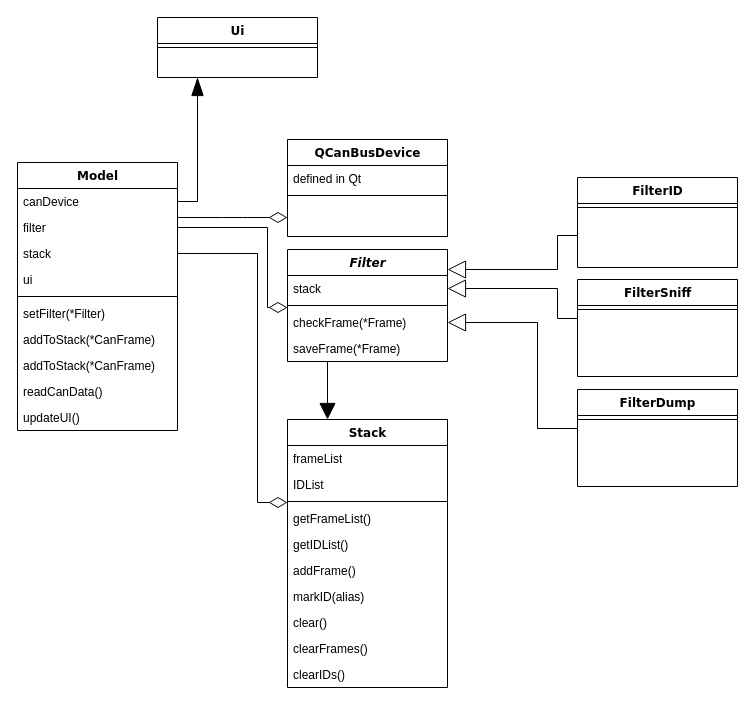
The draw.io diagram diagrams/Untitled Diagram.drawio in root-93/CAN-Master, before the edit. Source tidied: cells renumbered, new cells numbered last; positions are measured from the earlier drawing's top-left corner, leaving out a move shared by most shapes. Both pictures are drawn from the tidied source at 100%, with x=0, y=0 at pixel (17, 17).
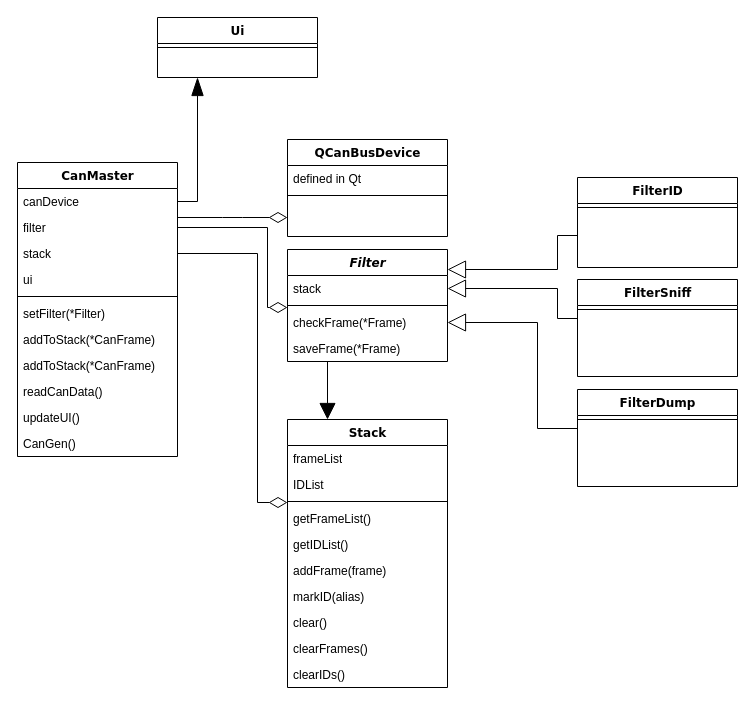
The same diagram, later.

The change refers to these unchanged cells:
```xml
<mxCell id="24" value="Stack" style="swimlane;html=1;fontStyle=1;align=center;verticalAlign=top;horizontal=1;startSize=26;swimlaneFillColor=#ffffff;rounded=0;shadow=0;comic=0;labelBackgroundColor=none;strokeWidth=1;fillColor=none;fontFamily=Verdana;fontSize=12;" parent="1" vertex="1">
  <mxGeometry x="270" y="402" width="160" height="268" as="geometry" />
</mxCell>
```

Diff of the diagram source:
```diff
@@
-    <mxCell id="2" value="Model" style="swimlane;html=1;fontStyle=1;align=center;verticalAlign=top;horizontal=1;startSize=26;swimlaneFillColor=#ffffff;rounded=0;shadow=0;comic=0;labelBackgroundColor=none;strokeWidth=1;fillColor=none;fontFamily=Verdana;fontSize=12;" parent="1" vertex="1">
-      <mxGeometry y="145" width="160" height="268" as="geometry" />
+    <mxCell id="2" value="CanMaster" style="swimlane;html=1;fontStyle=1;align=center;verticalAlign=top;horizontal=1;startSize=26;swimlaneFillColor=#ffffff;rounded=0;shadow=0;comic=0;labelBackgroundColor=none;strokeWidth=1;fillColor=none;fontFamily=Verdana;fontSize=12;" parent="1" vertex="1">
+      <mxGeometry y="145" width="160" height="294" as="geometry" />
     </mxCell>
@@
+    <mxCell id="48" value="CanGen()" style="text;html=1;strokeColor=none;fillColor=none;align=left;verticalAlign=top;spacingLeft=4;spacingRight=4;whiteSpace=wrap;overflow=hidden;" parent="2" vertex="1">
+      <mxGeometry y="268" width="160" height="26" as="geometry" />
+    </mxCell>
@@
-    <mxCell id="30" value="&lt;div&gt;addFrame()&lt;/div&gt;&lt;div&gt;&lt;br&gt;&lt;/div&gt;" style="text;html=1;strokeColor=none;fillColor=none;align=left;verticalAlign=top;spacingLeft=4;spacingRight=4;whiteSpace=wrap;overflow=hidden;" parent="24" vertex="1">
+    <mxCell id="30" value="&lt;div&gt;addFrame(frame)&lt;/div&gt;&lt;div&gt;&lt;br&gt;&lt;/div&gt;" style="text;html=1;strokeColor=none;fillColor=none;align=left;verticalAlign=top;spacingLeft=4;spacingRight=4;whiteSpace=wrap;overflow=hidden;" parent="24" vertex="1">
       <mxGeometry y="138" width="160" height="26" as="geometry" />
     </mxCell>
```
